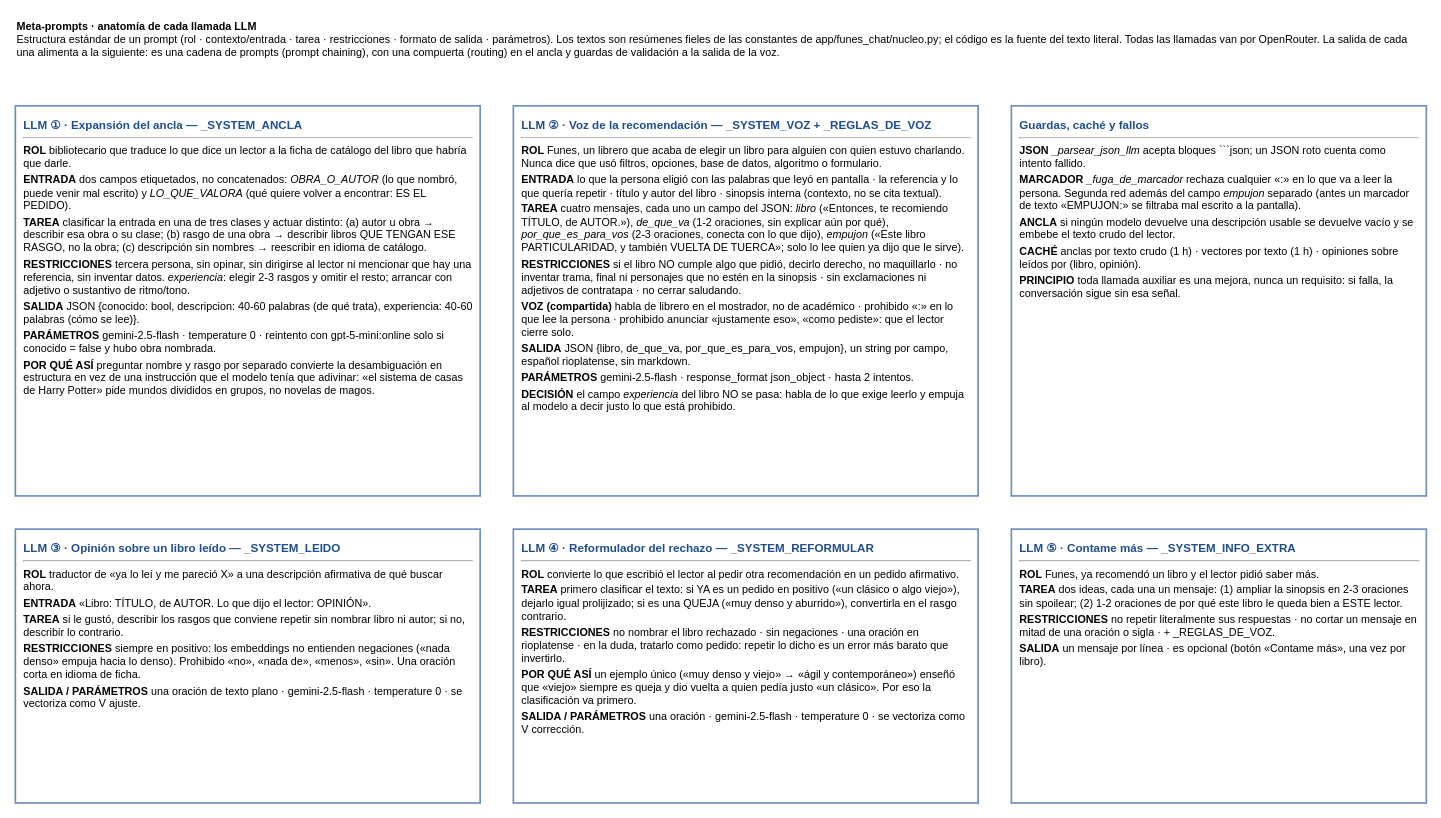
nvranco/funes keeps this draw.io diagram as page "2 · Meta-prompts" (2 of 3) of docs/pipeline-recomendacion.drawio. Above is the earlier version. Source tidied: cells renumbered, new cells numbered last; positions are measured from the earlier drawing's top-left corner, leaving out a move shared by most shapes. Both pictures are drawn from the tidied source at 83%, with x=0, y=0 at pixel (15, 14).
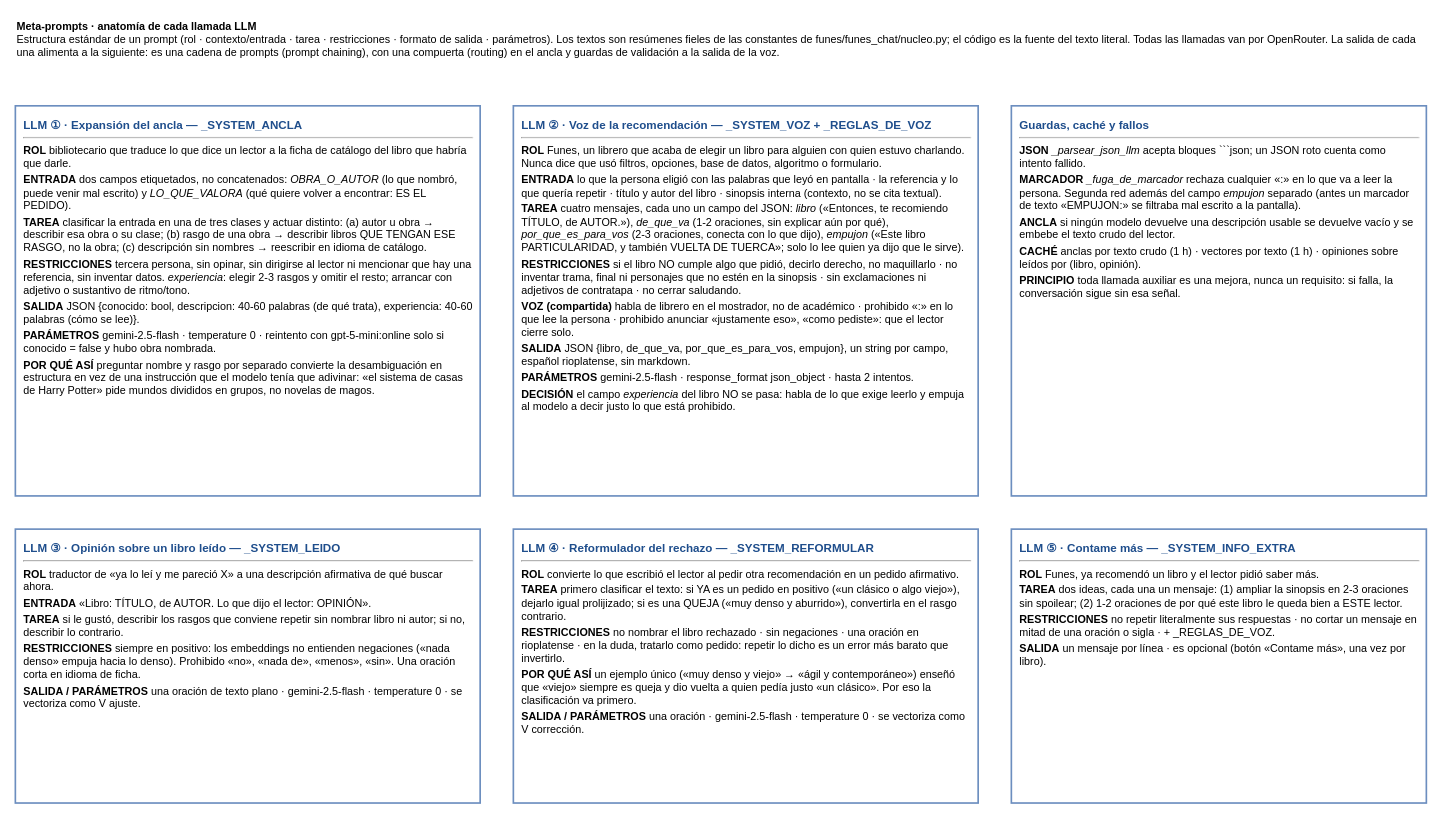
The same diagram, later.

The edit, as a diff of the source:
````diff
@@
 <mxGraphModel>
   <root>
     <mxCell id="0" />
     <mxCell id="1" parent="0" />
-    <mxCell id="2" value="&lt;b&gt;Meta-prompts · anatomía de cada llamada LLM&lt;/b&gt;&lt;br&gt;Estructura estándar de un prompt (rol · contexto/entrada · tarea · restricciones · formato de salida · parámetros). Los textos son resúmenes fieles de las constantes de app/funes_chat/nucleo.py; el código es la fuente del texto literal. Todas las llamadas van por OpenRouter. La salida de cada una alimenta a la siguiente: es una cadena de prompts (prompt chaining), con una compuerta (routing) en el ancla y guardas de validación a la salida de la voz." style="text;html=1;whiteSpace=wrap;align=left;verticalAlign=top;fontSize=13;" parent="1" vertex="1">
+    <mxCell id="2" value="&lt;b&gt;Meta-prompts · anatomía de cada llamada LLM&lt;/b&gt;&lt;br&gt;Estructura estándar de un prompt (rol · contexto/entrada · tarea · restricciones · formato de salida · parámetros). Los textos son resúmenes fieles de las constantes de funes/funes_chat/nucleo.py; el código es la fuente del texto literal. Todas las llamadas van por OpenRouter. La salida de cada una alimenta a la siguiente: es una cadena de prompts (prompt chaining), con una compuerta (routing) en el ancla y guardas de validación a la salida de la voz." style="text;html=1;whiteSpace=wrap;align=left;verticalAlign=top;fontSize=13;" parent="1" vertex="1">
       <mxGeometry width="1700" height="90" as="geometry" />
     </mxCell>
     <mxCell id="3" value="&lt;div style=&quot;font-size:14px;color:#1F4E8C&quot;&gt;&lt;b&gt;LLM ① · Expansión del ancla — _SYSTEM_ANCLA&lt;/b&gt;&lt;/div&gt;&lt;hr&gt;&lt;p style=&quot;margin:4px 0&quot;&gt;&lt;b&gt;ROL&lt;/b&gt; bibliotecario que traduce lo que dice un lector a la ficha de catálogo del libro que habría que darle.&lt;/p&gt;&lt;p style=&quot;margin:4px 0&quot;&gt;&lt;b&gt;ENTRADA&lt;/b&gt; dos campos etiquetados, no concatenados: &lt;i&gt;OBRA_O_AUTOR&lt;/i&gt; (lo que nombró, puede venir mal escrito) y &lt;i&gt;LO_QUE_VALORA&lt;/i&gt; (qué quiere volver a encontrar: ES EL PEDIDO).&lt;/p&gt;&lt;p style=&quot;margin:4px 0&quot;&gt;&lt;b&gt;TAREA&lt;/b&gt; clasificar la entrada en una de tres clases y actuar distinto: (a) autor u obra → describir esa obra o su clase; (b) rasgo de una obra → describir libros QUE TENGAN ESE RASGO, no la obra; (c) descripción sin nombres → reescribir en idioma de catálogo.&lt;/p&gt;&lt;p style=&quot;margin:4px 0&quot;&gt;&lt;b&gt;RESTRICCIONES&lt;/b&gt; tercera persona, sin opinar, sin dirigirse al lector ni mencionar que hay una referencia, sin inventar datos. &lt;i&gt;experiencia&lt;/i&gt;: elegir 2-3 rasgos y omitir el resto; arrancar con adjetivo o sustantivo de ritmo/tono.&lt;/p&gt;&lt;p style=&quot;margin:4px 0&quot;&gt;&lt;b&gt;SALIDA&lt;/b&gt; JSON {conocido: bool, descripcion: 40-60 palabras (de qué trata), experiencia: 40-60 palabras (cómo se lee)}.&lt;/p&gt;&lt;p style=&quot;margin:4px 0&quot;&gt;&lt;b&gt;PARÁMETROS&lt;/b&gt; gemini-2.5-flash · temperature 0 · reintento con gpt-5-mini:online solo si conocido = false y hubo obra nombrada.&lt;/p&gt;&lt;p style=&quot;margin:4px 0&quot;&gt;&lt;b&gt;POR QUÉ ASÍ&lt;/b&gt; preguntar nombre y rasgo por separado convierte la desambiguación en estructura en vez de una instrucción que el modelo tenía que adivinar: «el sistema de casas de Harry Potter» pide mundos divididos en grupos, no novelas de magos.&lt;/p&gt;" style="rounded=0;whiteSpace=wrap;html=1;fillColor=#FFFFFF;strokeColor=#6C8EBF;strokeWidth=2;align=left;verticalAlign=top;spacing=10;fontSize=13;" parent="1" vertex="1">
       <mxGeometry y="110" width="560" height="470" as="geometry" />
     </mxCell>
     <mxCell id="4" value="&lt;div style=&quot;font-size:14px;color:#1F4E8C&quot;&gt;&lt;b&gt;LLM ② · Voz de la recomendación — _SYSTEM_VOZ + _REGLAS_DE_VOZ&lt;/b&gt;&lt;/div&gt;&lt;hr&gt;&lt;p style=&quot;margin:4px 0&quot;&gt;&lt;b&gt;ROL&lt;/b&gt; Funes, un librero que acaba de elegir un libro para alguien con quien estuvo charlando. Nunca dice que usó filtros, opciones, base de datos, algoritmo o formulario.&lt;/p&gt;&lt;p style=&quot;margin:4px 0&quot;&gt;&lt;b&gt;ENTRADA&lt;/b&gt; lo que la persona eligió con las palabras que leyó en pantalla · la referencia y lo que quería repetir · título y autor del libro · sinopsis interna (contexto, no se cita textual).&lt;/p&gt;&lt;p style=&quot;margin:4px 0&quot;&gt;&lt;b&gt;TAREA&lt;/b&gt; cuatro mensajes, cada uno un campo del JSON: &lt;i&gt;libro&lt;/i&gt; («Entonces, te recomiendo TÍTULO, de AUTOR.»), &lt;i&gt;de_que_va&lt;/i&gt; (1-2 oraciones, sin explicar aún por qué), &lt;i&gt;por_que_es_para_vos&lt;/i&gt; (2-3 oraciones, conecta con lo que dijo), &lt;i&gt;empujon&lt;/i&gt; («Este libro PARTICULARIDAD, y también VUELTA DE TUERCA»; solo lo lee quien ya dijo que le sirve).&lt;/p&gt;&lt;p style=&quot;margin:4px 0&quot;&gt;&lt;b&gt;RESTRICCIONES&lt;/b&gt; si el libro NO cumple algo que pidió, decirlo derecho, no maquillarlo · no inventar trama, final ni personajes que no estén en la sinopsis · sin exclamaciones ni adjetivos de contratapa · no cerrar saludando.&lt;/p&gt;&lt;p style=&quot;margin:4px 0&quot;&gt;&lt;b&gt;VOZ (compartida)&lt;/b&gt; habla de librero en el mostrador, no de académico · prohibido «:» en lo que lee la persona · prohibido anunciar «justamente eso», «como pediste»: que el lector cierre solo.&lt;/p&gt;&lt;p style=&quot;margin:4px 0&quot;&gt;&lt;b&gt;SALIDA&lt;/b&gt; JSON {libro, de_que_va, por_que_es_para_vos, empujon}, un string por campo, español rioplatense, sin markdown.&lt;/p&gt;&lt;p style=&quot;margin:4px 0&quot;&gt;&lt;b&gt;PARÁMETROS&lt;/b&gt; gemini-2.5-flash · response_format json_object · hasta 2 intentos.&lt;/p&gt;&lt;p style=&quot;margin:4px 0&quot;&gt;&lt;b&gt;DECISIÓN&lt;/b&gt; el campo &lt;i&gt;experiencia&lt;/i&gt; del libro NO se pasa: habla de lo que exige leerlo y empuja al modelo a decir justo lo que está prohibido.&lt;/p&gt;" style="rounded=0;whiteSpace=wrap;html=1;fillColor=#FFFFFF;strokeColor=#6C8EBF;strokeWidth=2;align=left;verticalAlign=top;spacing=10;fontSize=13;" parent="1" vertex="1">
       <mxGeometry x="600" y="110" width="560" height="470" as="geometry" />
     </mxCell>
     <mxCell id="5" value="&lt;div style=&quot;font-size:14px;color:#1F4E8C&quot;&gt;&lt;b&gt;Guardas, caché y fallos&lt;/b&gt;&lt;/div&gt;&lt;hr&gt;&lt;p style=&quot;margin:4px 0&quot;&gt;&lt;b&gt;JSON&lt;/b&gt; &lt;i&gt;_parsear_json_llm&lt;/i&gt; acepta bloques ```json; un JSON roto cuenta como intento fallido.&lt;/p&gt;&lt;p style=&quot;margin:4px 0&quot;&gt;&lt;b&gt;MARCADOR&lt;/b&gt; &lt;i&gt;_fuga_de_marcador&lt;/i&gt; rechaza cualquier «:» en lo que va a leer la persona. Segunda red además del campo &lt;i&gt;empujon&lt;/i&gt; separado (antes un marcador de texto «EMPUJON:» se filtraba mal escrito a la pantalla).&lt;/p&gt;&lt;p style=&quot;margin:4px 0&quot;&gt;&lt;b&gt;ANCLA&lt;/b&gt; si ningún modelo devuelve una descripción usable se devuelve vacío y se embebe el texto crudo del lector.&lt;/p&gt;&lt;p style=&quot;margin:4px 0&quot;&gt;&lt;b&gt;CACHÉ&lt;/b&gt; anclas por texto crudo (1 h) · vectores por texto (1 h) · opiniones sobre leídos por (libro, opinión).&lt;/p&gt;&lt;p style=&quot;margin:4px 0&quot;&gt;&lt;b&gt;PRINCIPIO&lt;/b&gt; toda llamada auxiliar es una mejora, nunca un requisito: si falla, la conversación sigue sin esa señal.&lt;/p&gt;" style="rounded=0;whiteSpace=wrap;html=1;fillColor=#FFFFFF;strokeColor=#6C8EBF;strokeWidth=2;align=left;verticalAlign=top;spacing=10;fontSize=13;" parent="1" vertex="1">
       <mxGeometry x="1200" y="110" width="500" height="470" as="geometry" />
     </mxCell>
     <mxCell id="6" value="&lt;div style=&quot;font-size:14px;color:#1F4E8C&quot;&gt;&lt;b&gt;LLM ③ · Opinión sobre un libro leído — _SYSTEM_LEIDO&lt;/b&gt;&lt;/div&gt;&lt;hr&gt;&lt;p style=&quot;margin:4px 0&quot;&gt;&lt;b&gt;ROL&lt;/b&gt; traductor de «ya lo leí y me pareció X» a una descripción afirmativa de qué buscar ahora.&lt;/p&gt;&lt;p style=&quot;margin:4px 0&quot;&gt;&lt;b&gt;ENTRADA&lt;/b&gt; «Libro: TÍTULO, de AUTOR. Lo que dijo el lector: OPINIÓN».&lt;/p&gt;&lt;p style=&quot;margin:4px 0&quot;&gt;&lt;b&gt;TAREA&lt;/b&gt; si le gustó, describir los rasgos que conviene repetir sin nombrar libro ni autor; si no, describir lo contrario.&lt;/p&gt;&lt;p style=&quot;margin:4px 0&quot;&gt;&lt;b&gt;RESTRICCIONES&lt;/b&gt; siempre en positivo: los embeddings no entienden negaciones («nada denso» empuja hacia lo denso). Prohibido «no», «nada de», «menos», «sin». Una oración corta en idioma de ficha.&lt;/p&gt;&lt;p style=&quot;margin:4px 0&quot;&gt;&lt;b&gt;SALIDA / PARÁMETROS&lt;/b&gt; una oración de texto plano · gemini-2.5-flash · temperature 0 · se vectoriza como V ajuste.&lt;/p&gt;" style="rounded=0;whiteSpace=wrap;html=1;fillColor=#FFFFFF;strokeColor=#6C8EBF;strokeWidth=2;align=left;verticalAlign=top;spacing=10;fontSize=13;" parent="1" vertex="1">
       <mxGeometry y="620" width="560" height="330" as="geometry" />
     </mxCell>
     <mxCell id="7" value="&lt;div style=&quot;font-size:14px;color:#1F4E8C&quot;&gt;&lt;b&gt;LLM ④ · Reformulador del rechazo — _SYSTEM_REFORMULAR&lt;/b&gt;&lt;/div&gt;&lt;hr&gt;&lt;p style=&quot;margin:4px 0&quot;&gt;&lt;b&gt;ROL&lt;/b&gt; convierte lo que escribió el lector al pedir otra recomendación en un pedido afirmativo.&lt;/p&gt;&lt;p style=&quot;margin:4px 0&quot;&gt;&lt;b&gt;TAREA&lt;/b&gt; primero clasificar el texto: si YA es un pedido en positivo («un clásico o algo viejo»), dejarlo igual prolijizado; si es una QUEJA («muy denso y aburrido»), convertirla en el rasgo contrario.&lt;/p&gt;&lt;p style=&quot;margin:4px 0&quot;&gt;&lt;b&gt;RESTRICCIONES&lt;/b&gt; no nombrar el libro rechazado · sin negaciones · una oración en rioplatense · en la duda, tratarlo como pedido: repetir lo dicho es un error más barato que invertirlo.&lt;/p&gt;&lt;p style=&quot;margin:4px 0&quot;&gt;&lt;b&gt;POR QUÉ ASÍ&lt;/b&gt; un ejemplo único («muy denso y viejo» → «ágil y contemporáneo») enseñó que «viejo» siempre es queja y dio vuelta a quien pedía justo «un clásico». Por eso la clasificación va primero.&lt;/p&gt;&lt;p style=&quot;margin:4px 0&quot;&gt;&lt;b&gt;SALIDA / PARÁMETROS&lt;/b&gt; una oración · gemini-2.5-flash · temperature 0 · se vectoriza como V corrección.&lt;/p&gt;" style="rounded=0;whiteSpace=wrap;html=1;fillColor=#FFFFFF;strokeColor=#6C8EBF;strokeWidth=2;align=left;verticalAlign=top;spacing=10;fontSize=13;" parent="1" vertex="1">
       <mxGeometry x="600" y="620" width="560" height="330" as="geometry" />
     </mxCell>
     <mxCell id="8" value="&lt;div style=&quot;font-size:14px;color:#1F4E8C&quot;&gt;&lt;b&gt;LLM ⑤ · Contame más — _SYSTEM_INFO_EXTRA&lt;/b&gt;&lt;/div&gt;&lt;hr&gt;&lt;p style=&quot;margin:4px 0&quot;&gt;&lt;b&gt;ROL&lt;/b&gt; Funes, ya recomendó un libro y el lector pidió saber más.&lt;/p&gt;&lt;p style=&quot;margin:4px 0&quot;&gt;&lt;b&gt;TAREA&lt;/b&gt; dos ideas, cada una un mensaje: (1) ampliar la sinopsis en 2-3 oraciones sin spoilear; (2) 1-2 oraciones de por qué este libro le queda bien a ESTE lector.&lt;/p&gt;&lt;p style=&quot;margin:4px 0&quot;&gt;&lt;b&gt;RESTRICCIONES&lt;/b&gt; no repetir literalmente sus respuestas · no cortar un mensaje en mitad de una oración o sigla · + _REGLAS_DE_VOZ.&lt;/p&gt;&lt;p style=&quot;margin:4px 0&quot;&gt;&lt;b&gt;SALIDA&lt;/b&gt; un mensaje por línea · es opcional (botón «Contame más», una vez por libro).&lt;/p&gt;" style="rounded=0;whiteSpace=wrap;html=1;fillColor=#FFFFFF;strokeColor=#6C8EBF;strokeWidth=2;align=left;verticalAlign=top;spacing=10;fontSize=13;" parent="1" vertex="1">
       <mxGeometry x="1200" y="620" width="500" height="330" as="geometry" />
     </mxCell>
   </root>
 </mxGraphModel>
````
